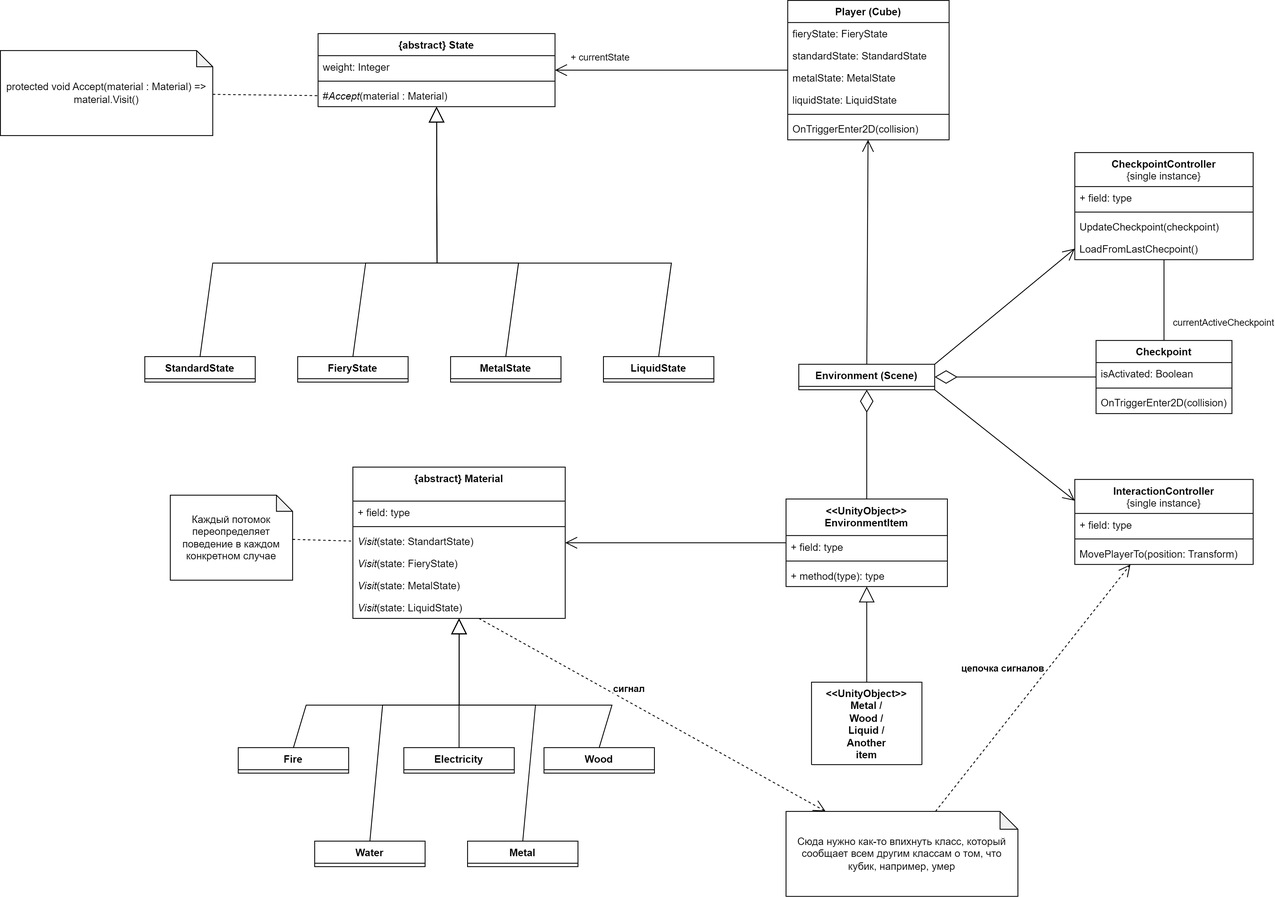
Earlier version of the draw.io export Documentation/Class Diagram.png (Mithrilll/Rock). Source tidied: cells renumbered, new cells last; positions are measured from the earlier drawing's top-left corner, leaving out a move shared by most shapes.
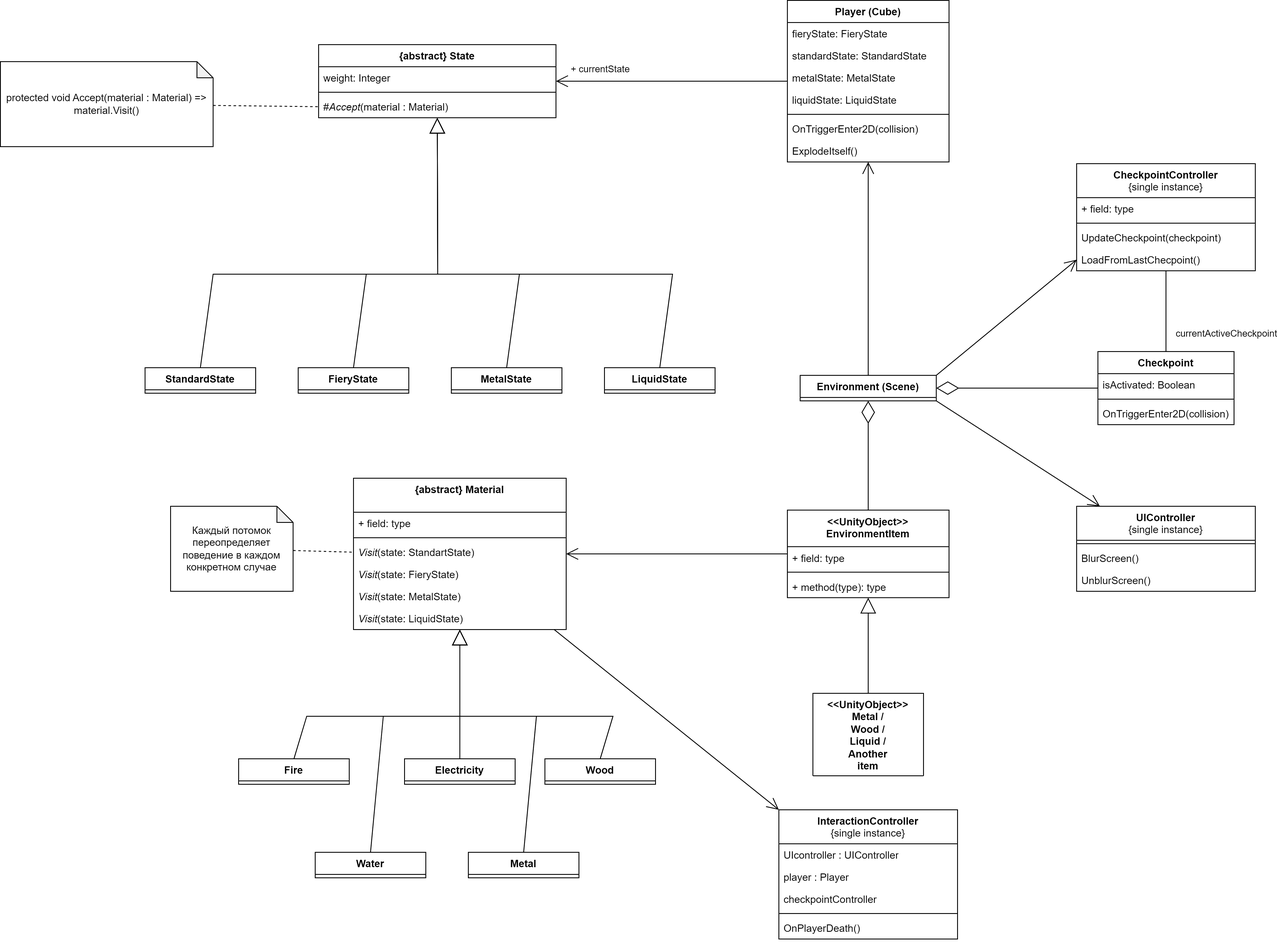
The same file after the commit.

Commit message:
Add architecture of player's death

Change to the diagram source:
```diff
@@ -116,7 +116,7 @@
       </mxGeometry>
     </mxCell>
     <mxCell id="28" value="Player (Cube)" style="swimlane;fontStyle=1;align=center;verticalAlign=top;horizontal=1;startSize=26;whiteSpace=wrap;html=1;" parent="1" vertex="1">
-      <mxGeometry x="927" width="190" height="164" as="geometry" />
+      <mxGeometry x="925" y="-13" width="190" height="190" as="geometry" />
     </mxCell>
     <mxCell id="29" value="fieryState: FieryState" style="text;strokeColor=none;fillColor=none;align=left;verticalAlign=top;spacingLeft=4;spacingRight=4;overflow=hidden;whiteSpace=wrap;html=1;" parent="28" vertex="1">
       <mxGeometry y="26" width="190" height="26" as="geometry" />
@@ -136,12 +136,12 @@
     <mxCell id="34" value="OnTriggerEnter2D(collision)" style="text;strokeColor=none;fillColor=none;align=left;verticalAlign=top;spacingLeft=4;spacingRight=4;overflow=hidden;whiteSpace=wrap;html=1;" parent="28" vertex="1">
       <mxGeometry y="138" width="190" height="26" as="geometry" />
     </mxCell>
+    <mxCell id="77" value="ExplodeItself()" style="text;strokeColor=none;fillColor=none;align=left;verticalAlign=top;spacingLeft=4;spacingRight=4;overflow=hidden;whiteSpace=wrap;html=1;" parent="28" vertex="1">
+      <mxGeometry y="164" width="190" height="26" as="geometry" />
+    </mxCell>
     <mxCell id="35" style="edgeStyle=none;shape=connector;rounded=0;jettySize=auto;html=1;exitX=1;exitY=0;exitDx=0;exitDy=0;labelBackgroundColor=default;strokeColor=default;fontFamily=Helvetica;fontSize=11;fontColor=default;endArrow=open;endFill=1;endSize=12;entryX=0;entryY=0.5;entryDx=0;entryDy=0;" parent="1" edge="1" source="37" target="62">
       <mxGeometry relative="1" as="geometry" />
     </mxCell>
-    <mxCell id="36" style="edgeStyle=none;shape=connector;rounded=0;jettySize=auto;html=1;exitX=1;exitY=1;exitDx=0;exitDy=0;labelBackgroundColor=default;strokeColor=default;fontFamily=Helvetica;fontSize=11;fontColor=default;endArrow=open;endFill=1;endSize=12;entryX=0;entryY=0.25;entryDx=0;entryDy=0;" parent="1" edge="1" source="37" target="68">
-      <mxGeometry relative="1" as="geometry" />
-    </mxCell>
     <mxCell id="37" value="Environment (Scene)" style="swimlane;fontStyle=1;align=center;verticalAlign=top;horizontal=1;startSize=26;whiteSpace=wrap;html=1;" parent="1" vertex="1" collapsed="1">
       <mxGeometry x="940" y="428" width="160" height="30" as="geometry" />
     </mxCell>
@@ -244,36 +244,41 @@
     <mxCell id="67" style="endArrow=diamondThin;endFill=0;endSize=24;html=1;rounded=0;" parent="1" edge="1" source="63" target="37">
       <mxGeometry relative="1" as="geometry" />
     </mxCell>
+    <mxCell id="78" style="endArrow=open;endFill=1;endSize=12;html=1;rounded=0;entryX=0;entryY=0;entryDx=0;entryDy=0;" parent="1" edge="1" source="14" target="68">
+      <mxGeometry relative="1" as="geometry" />
+    </mxCell>
+    <mxCell id="79" value="UIController&lt;br&gt;&lt;span style=&quot;font-weight: normal;&quot;&gt;{single instance}&lt;/span&gt;" style="swimlane;fontStyle=1;align=center;verticalAlign=top;horizontal=1;startSize=40;whiteSpace=wrap;html=1;" parent="1" vertex="1">
+      <mxGeometry x="1265" y="582" width="210" height="100" as="geometry" />
+    </mxCell>
+    <mxCell id="80" style="line;strokeWidth=1;fillColor=none;align=left;verticalAlign=middle;spacingTop=-1;spacingLeft=3;spacingRight=3;labelPosition=right;strokeColor=inherit;" parent="79" vertex="1">
+      <mxGeometry y="40" width="210" height="8" as="geometry" />
+    </mxCell>
+    <mxCell id="81" value="BlurScreen()" style="text;strokeColor=none;fillColor=none;align=left;verticalAlign=top;spacingLeft=4;spacingRight=4;overflow=hidden;whiteSpace=wrap;html=1;" parent="79" vertex="1">
+      <mxGeometry y="48" width="210" height="26" as="geometry" />
+    </mxCell>
+    <mxCell id="82" value="UnblurScreen()" style="text;strokeColor=none;fillColor=none;align=left;verticalAlign=top;spacingLeft=4;spacingRight=4;overflow=hidden;whiteSpace=wrap;html=1;" parent="79" vertex="1">
+      <mxGeometry y="74" width="210" height="26" as="geometry" />
+    </mxCell>
+    <mxCell id="83" style="edgeStyle=none;shape=connector;rounded=0;jettySize=auto;html=1;labelBackgroundColor=default;strokeColor=default;fontFamily=Helvetica;fontSize=11;fontColor=default;endArrow=open;endFill=1;endSize=12;exitX=1;exitY=1;exitDx=0;exitDy=0;" parent="1" edge="1" source="37" target="79">
+      <mxGeometry relative="1" as="geometry" />
+    </mxCell>
-    <mxCell id="68" value="InteractionController&lt;br&gt;&lt;span style=&quot;font-weight: normal;&quot;&gt;{single instance}&lt;/span&gt;" style="swimlane;fontStyle=1;align=center;verticalAlign=top;horizontal=1;startSize=40;whiteSpace=wrap;html=1;" parent="1" vertex="1">
-      <mxGeometry x="1265" y="563.5" width="210" height="100" as="geometry" />
+    <mxCell id="68" value="InteractionController&lt;br style=&quot;border-color: var(--border-color);&quot;&gt;&lt;span style=&quot;font-weight: normal;&quot;&gt;{single instance}&lt;/span&gt;" style="swimlane;fontStyle=1;align=center;verticalAlign=top;horizontal=1;startSize=40;whiteSpace=wrap;html=1;" parent="1" vertex="1">
+      <mxGeometry x="915" y="939" width="210" height="152" as="geometry" />
     </mxCell>
-    <mxCell id="69" value="+ field: type" style="text;strokeColor=none;fillColor=none;align=left;verticalAlign=top;spacingLeft=4;spacingRight=4;overflow=hidden;whiteSpace=wrap;html=1;" parent="68" vertex="1">
-      <mxGeometry y="40" width="210" height="26" as="geometry" />
-    </mxCell>
-    <mxCell id="70" style="line;strokeWidth=1;fillColor=none;align=left;verticalAlign=middle;spacingTop=-1;spacingLeft=3;spacingRight=3;labelPosition=right;strokeColor=inherit;" parent="68" vertex="1">
-      <mxGeometry y="66" width="210" height="8" as="geometry" />
-    </mxCell>
-    <mxCell id="71" value="MovePlayerTo(position: Transform)" style="text;strokeColor=none;fillColor=none;align=left;verticalAlign=top;spacingLeft=4;spacingRight=4;overflow=hidden;whiteSpace=wrap;html=1;" parent="68" vertex="1">
-      <mxGeometry y="74" width="210" height="26" as="geometry" />
-    </mxCell>
-    <mxCell id="72" style="edgeStyle=none;shape=connector;rounded=0;jettySize=auto;html=1;labelBackgroundColor=default;strokeColor=default;fontFamily=Helvetica;fontSize=11;fontColor=default;endArrow=open;endFill=1;endSize=12;dashed=1;" parent="1" edge="1" source="74" target="68">
-      <mxGeometry relative="1" as="geometry" />
-    </mxCell>
-    <mxCell id="73" value="&lt;b&gt;цепочка сигналов&lt;/b&gt;" style="edgeLabel;html=1;align=center;verticalAlign=middle;fontSize=11;fontFamily=Helvetica;fontColor=default;" parent="72" vertex="1">
-      <mxGeometry x="0.16" y="-1" relative="1" as="geometry">
-        <mxPoint x="-55" as="offset" />
-      </mxGeometry>
-    </mxCell>
-    <mxCell id="74" value="Сюда нужно как-то впихнуть класс, который сообщает всем другим классам о том, что кубик, например, умер" style="shape=note;whiteSpace=wrap;html=1;backgroundOutline=1;darkOpacity=0.05;size=21;" parent="1" vertex="1">
-      <mxGeometry x="925" y="954" width="273" height="100" as="geometry" />
-    </mxCell>
-    <mxCell id="75" style="edgeStyle=none;shape=connector;rounded=0;jettySize=auto;html=1;labelBackgroundColor=default;strokeColor=default;fontFamily=Helvetica;fontSize=11;fontColor=default;endArrow=open;endFill=1;endSize=12;dashed=1;" parent="1" edge="1" source="20" target="74">
-      <mxGeometry relative="1" as="geometry" />
-    </mxCell>
-    <mxCell id="76" value="&lt;b&gt;сигнал&lt;/b&gt;" style="edgeLabel;html=1;align=center;verticalAlign=middle;fontSize=11;fontFamily=Helvetica;fontColor=default;" parent="75" vertex="1">
-      <mxGeometry x="-0.17" y="2" relative="1" as="geometry">
-        <mxPoint x="6" y="-10" as="offset" />
-      </mxGeometry>
-    </mxCell>
+    <mxCell id="84" value="UIcontroller : UIController" style="text;strokeColor=none;fillColor=none;align=left;verticalAlign=top;spacingLeft=4;spacingRight=4;overflow=hidden;whiteSpace=wrap;html=1;" parent="68" vertex="1">
+      <mxGeometry y="40" width="210" height="26" as="geometry" />
+    </mxCell>
+    <mxCell id="85" value="player : Player" style="text;strokeColor=none;fillColor=none;align=left;verticalAlign=top;spacingLeft=4;spacingRight=4;overflow=hidden;whiteSpace=wrap;html=1;" parent="68" vertex="1">
+      <mxGeometry y="66" width="210" height="26" as="geometry" />
+    </mxCell>
+    <mxCell id="86" value="checkpointController&amp;nbsp;" style="text;strokeColor=none;fillColor=none;align=left;verticalAlign=top;spacingLeft=4;spacingRight=4;overflow=hidden;whiteSpace=wrap;html=1;" parent="68" vertex="1">
+      <mxGeometry y="92" width="210" height="26" as="geometry" />
+    </mxCell>
+    <mxCell id="87" style="line;strokeWidth=1;fillColor=none;align=left;verticalAlign=middle;spacingTop=-1;spacingLeft=3;spacingRight=3;labelPosition=right;strokeColor=inherit;" parent="68" vertex="1">
+      <mxGeometry y="118" width="210" height="8" as="geometry" />
+    </mxCell>
+    <mxCell id="88" value="OnPlayerDeath()" style="text;strokeColor=none;fillColor=none;align=left;verticalAlign=top;spacingLeft=4;spacingRight=4;overflow=hidden;whiteSpace=wrap;html=1;" parent="68" vertex="1">
+      <mxGeometry y="126" width="210" height="26" as="geometry" />
+    </mxCell>
   </root>
 </mxGraphModel>
```
